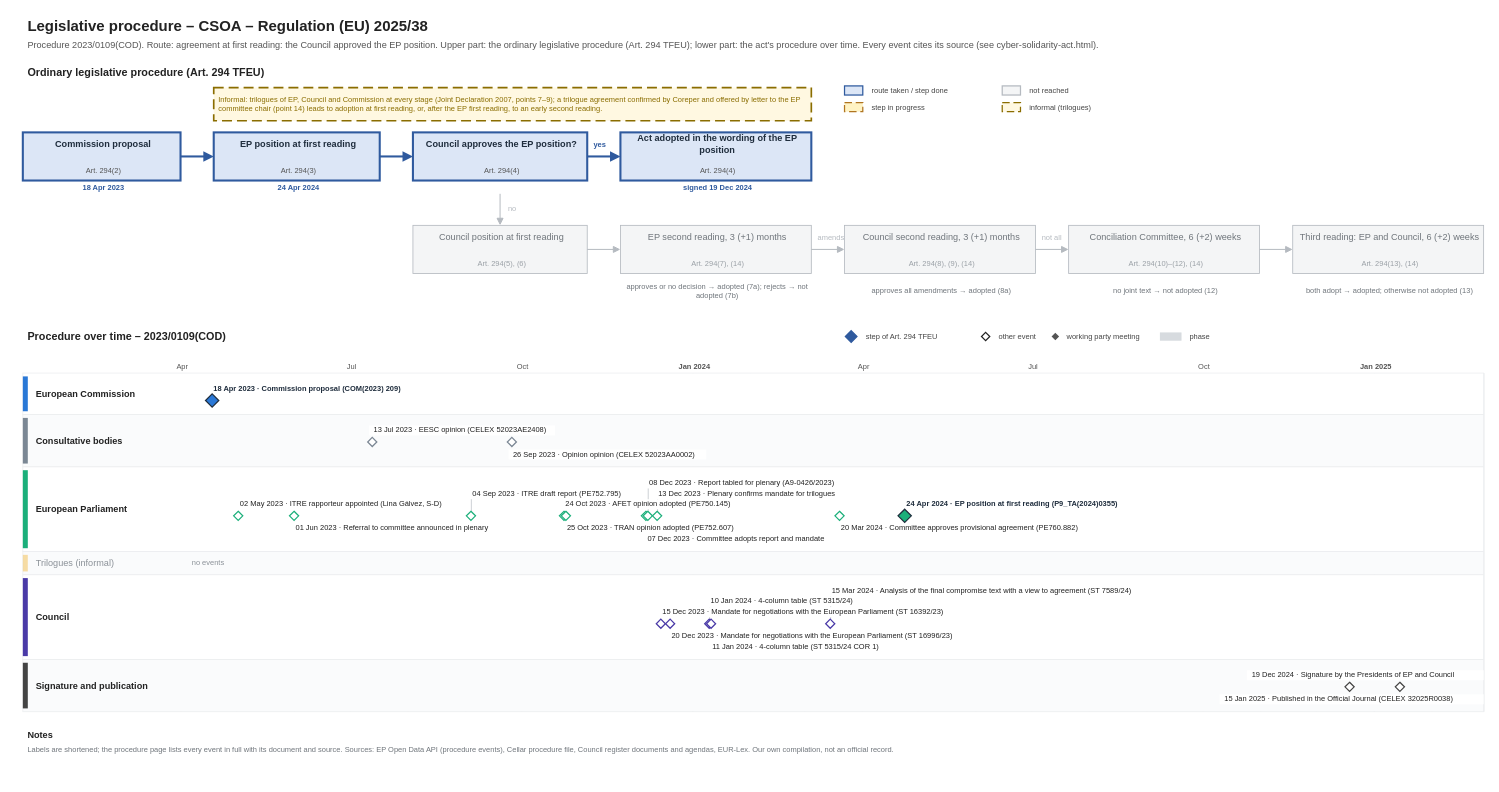
git-z0man/eu-regulation-timeline keeps this draw.io diagram as procedures/cyber-solidarity-act.drawio. Above is the earlier version. Source tidied: cells renumbered, new cells numbered last; positions are measured from the earlier drawing's top-left corner, leaving out a move shared by most shapes. Both pictures are drawn from the tidied source at 83%, with x=0, y=0 at pixel (14, 14).
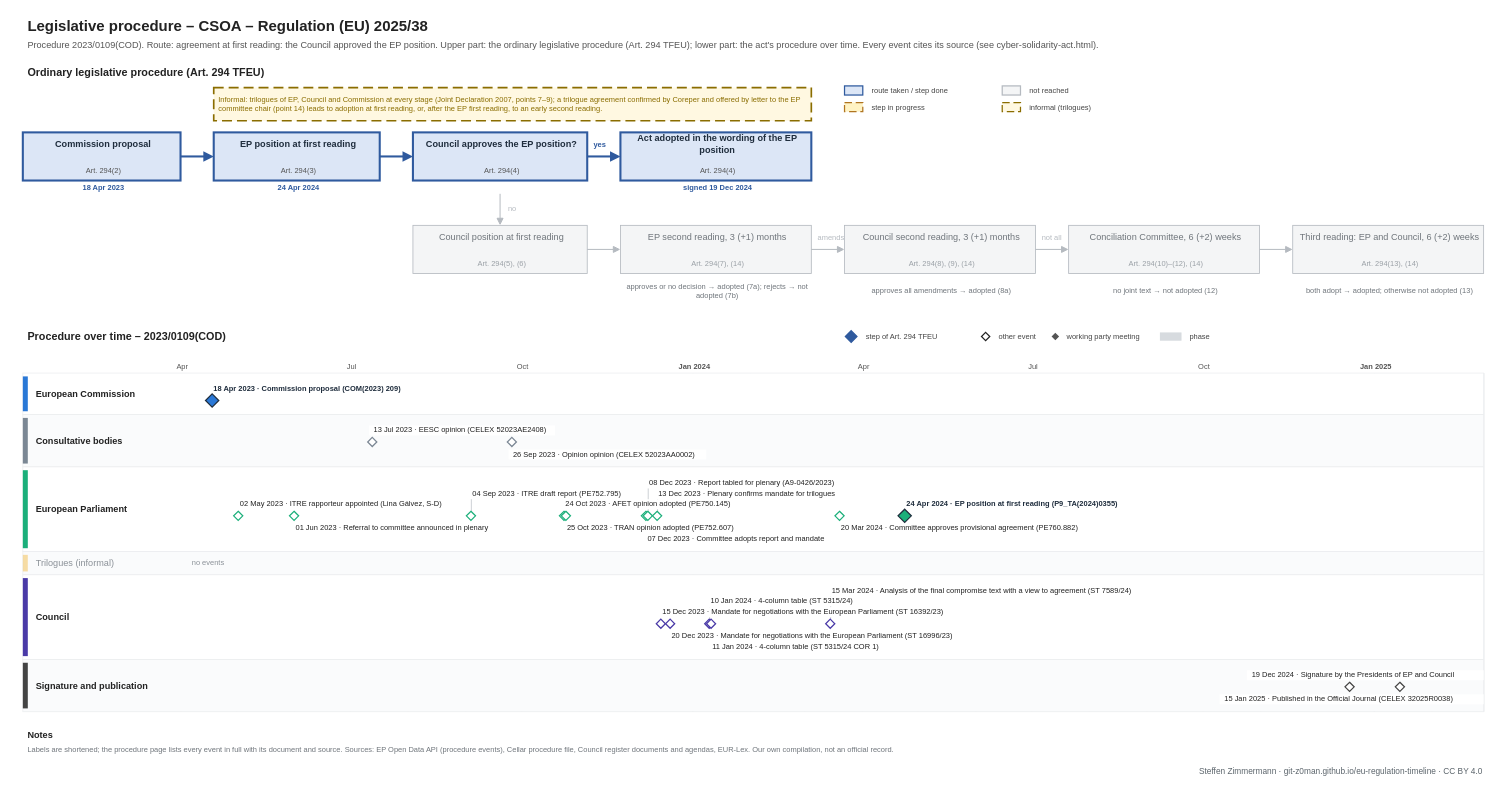
After the change.

The edit, as a diff of the source:
```diff
@@
+    <mxCell id="170" value="Steffen Zimmermann · git-z0man.github.io/eu-regulation-timeline · CC BY 4.0" style="text;html=1;fontSize=10;fontColor=#5b646b;align=right;verticalAlign=middle;spacingLeft=4;" parent="1" vertex="1">
+      <mxGeometry x="10" y="904" width="1760" height="16" as="geometry" />
+    </mxCell>
```
